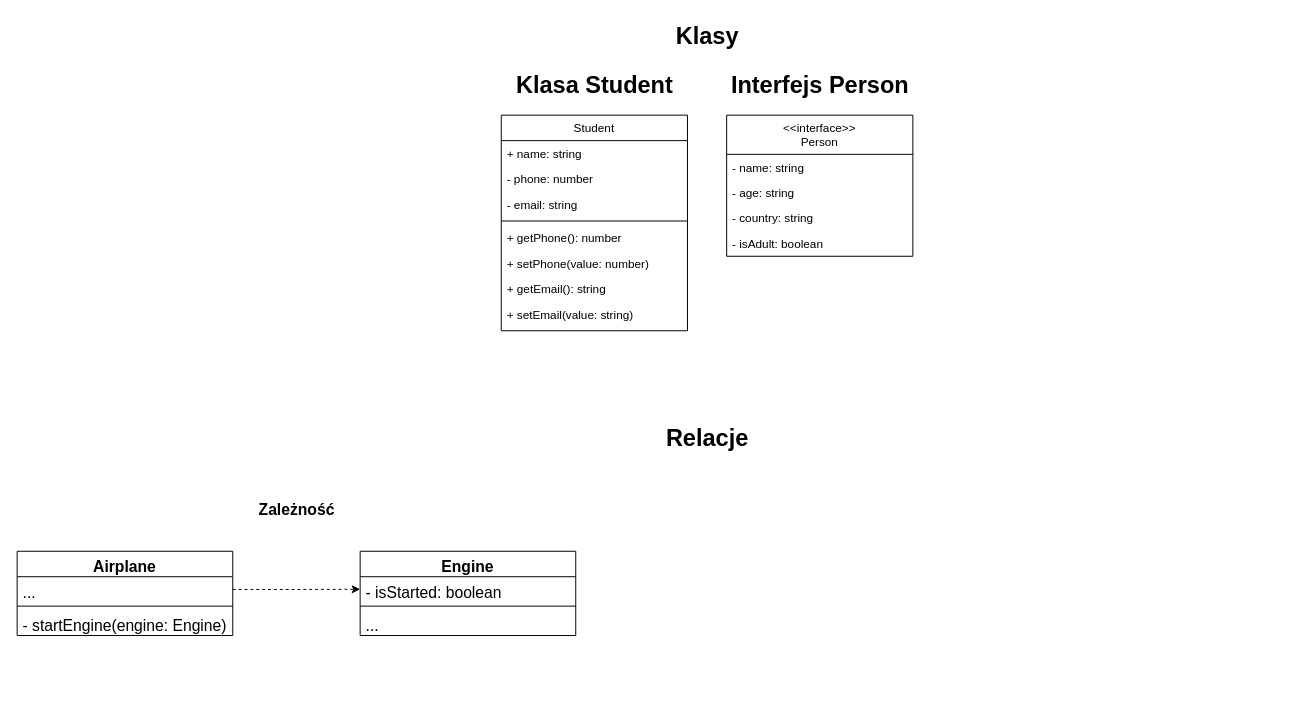
Above: diagram_klas.drawio in mateuszjansowa/article-uml-diagrams (draw.io), before the change. Source tidied: cells renumbered, new cells numbered last; positions are measured from the earlier drawing's top-left corner, leaving out a move shared by most shapes. Both pictures are drawn from the tidied source at 98%, with x=0, y=0 at pixel (17, 17).
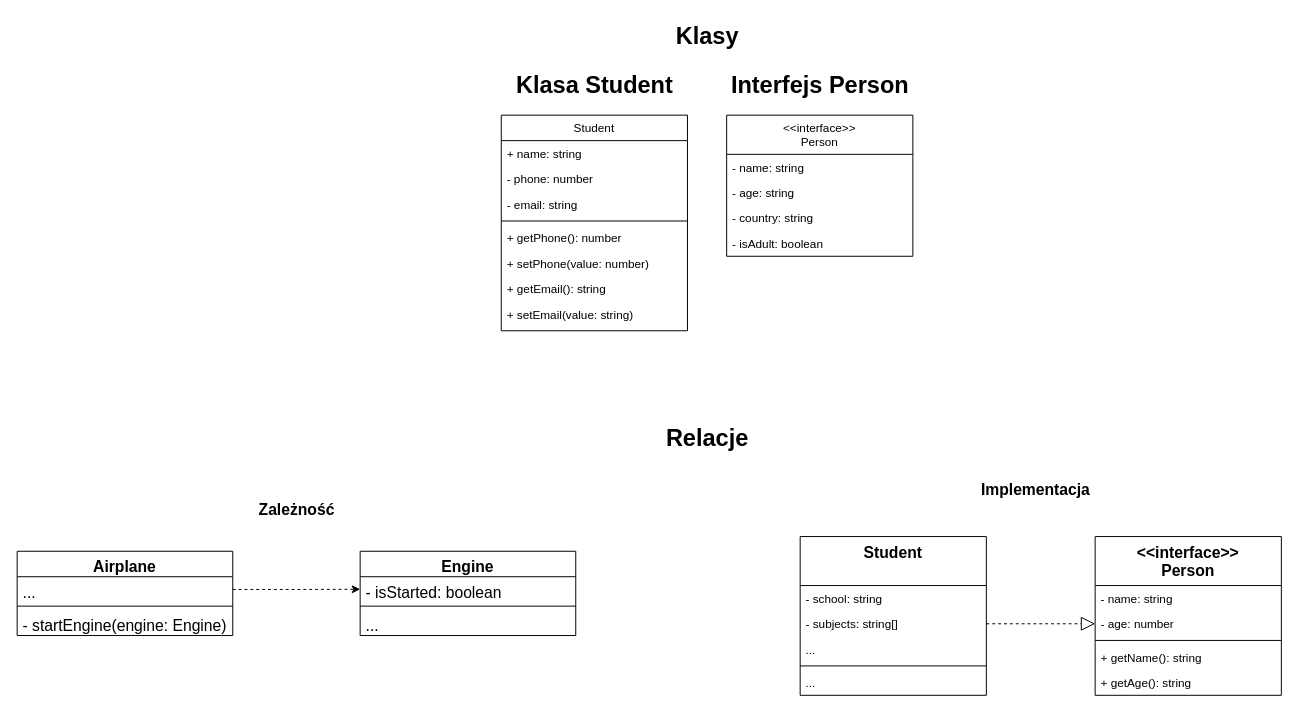
The same page after the edit.

Change to the diagram source:
```diff
@@
+    <mxCell id="30" value="&lt;font style=&quot;font-size: 16px;&quot;&gt;Implementacja&lt;/font&gt;" style="text;strokeColor=none;fillColor=none;html=1;fontSize=24;fontStyle=1;verticalAlign=middle;align=center;" parent="1" vertex="1">
+      <mxGeometry x="989" y="460" width="100" height="40" as="geometry" />
+    </mxCell>
+    <mxCell id="31" value="&lt;&lt;interface&gt;&gt;&#10;Person" style="swimlane;fontStyle=1;align=center;verticalAlign=top;horizontal=1;startSize=50;rounded=0;shadow=0;strokeWidth=1;fontSize=16;" parent="1" vertex="1">
+      <mxGeometry x="1100" y="530" width="190" height="162" as="geometry" />
+    </mxCell>
+    <mxCell id="32" value="- name: string" style="text;align=left;verticalAlign=top;spacingLeft=4;spacingRight=4;overflow=hidden;" parent="31" vertex="1">
+      <mxGeometry y="50" width="190" height="26" as="geometry" />
+    </mxCell>
+    <mxCell id="33" value="- age: number" style="text;align=left;verticalAlign=top;spacingLeft=4;spacingRight=4;overflow=hidden;points=[[0,0.5],[1,0.5]];portConstraint=eastwest;rounded=0;shadow=0;html=0;" parent="31" vertex="1">
+      <mxGeometry y="76" width="190" height="26" as="geometry" />
+    </mxCell>
+    <mxCell id="34" style="line;html=1;strokeWidth=1;align=left;verticalAlign=middle;spacingTop=-1;spacingLeft=3;spacingRight=3;labelPosition=right;" parent="31" vertex="1">
+      <mxGeometry y="102" width="190" height="8" as="geometry" />
+    </mxCell>
+    <mxCell id="35" value="+ getName(): string" style="text;align=left;verticalAlign=top;spacingLeft=4;spacingRight=4;overflow=hidden;rounded=0;shadow=0;html=0;" parent="31" vertex="1">
+      <mxGeometry y="110" width="190" height="26" as="geometry" />
+    </mxCell>
+    <mxCell id="36" value="+ getAge(): string" style="text;align=left;verticalAlign=top;spacingLeft=4;spacingRight=4;overflow=hidden;rounded=0;shadow=0;html=0;" parent="31" vertex="1">
+      <mxGeometry y="136" width="190" height="26" as="geometry" />
+    </mxCell>
+    <mxCell id="37" value="Student" style="swimlane;fontStyle=1;align=center;verticalAlign=top;horizontal=1;startSize=50;rounded=0;shadow=0;strokeWidth=1;fontSize=16;" parent="1" vertex="1">
+      <mxGeometry x="799" y="530" width="190" height="162" as="geometry" />
+    </mxCell>
+    <mxCell id="38" value="- school: string" style="text;align=left;verticalAlign=top;spacingLeft=4;spacingRight=4;overflow=hidden;" parent="37" vertex="1">
+      <mxGeometry y="50" width="190" height="26" as="geometry" />
+    </mxCell>
+    <mxCell id="39" value="- subjects: string[]" style="text;align=left;verticalAlign=top;spacingLeft=4;spacingRight=4;overflow=hidden;points=[[0,0.5],[1,0.5]];portConstraint=eastwest;rounded=0;shadow=0;html=0;" parent="37" vertex="1">
+      <mxGeometry y="76" width="190" height="26" as="geometry" />
+    </mxCell>
+    <mxCell id="40" value="..." style="text;align=left;verticalAlign=top;spacingLeft=4;spacingRight=4;overflow=hidden;rounded=0;shadow=0;html=0;" parent="37" vertex="1">
+      <mxGeometry y="102" width="190" height="26" as="geometry" />
+    </mxCell>
+    <mxCell id="41" style="line;html=1;strokeWidth=1;align=left;verticalAlign=middle;spacingTop=-1;spacingLeft=3;spacingRight=3;labelPosition=right;" parent="37" vertex="1">
+      <mxGeometry y="128" width="190" height="8" as="geometry" />
+    </mxCell>
+    <mxCell id="42" value="..." style="text;align=left;verticalAlign=top;spacingLeft=4;spacingRight=4;overflow=hidden;rounded=0;shadow=0;html=0;" parent="37" vertex="1">
+      <mxGeometry y="136" width="190" height="26" as="geometry" />
+    </mxCell>
+    <mxCell id="43" style="edgeStyle=orthogonalEdgeStyle;rounded=0;jettySize=auto;html=1;exitX=1;exitY=0.5;exitDx=0;exitDy=0;entryX=0;entryY=0.5;entryDx=0;entryDy=0;dashed=1;fontSize=16;endArrow=block;endFill=0;endSize=12;" parent="1" edge="1" source="39" target="33">
+      <mxGeometry relative="1" as="geometry" />
+    </mxCell>
```
